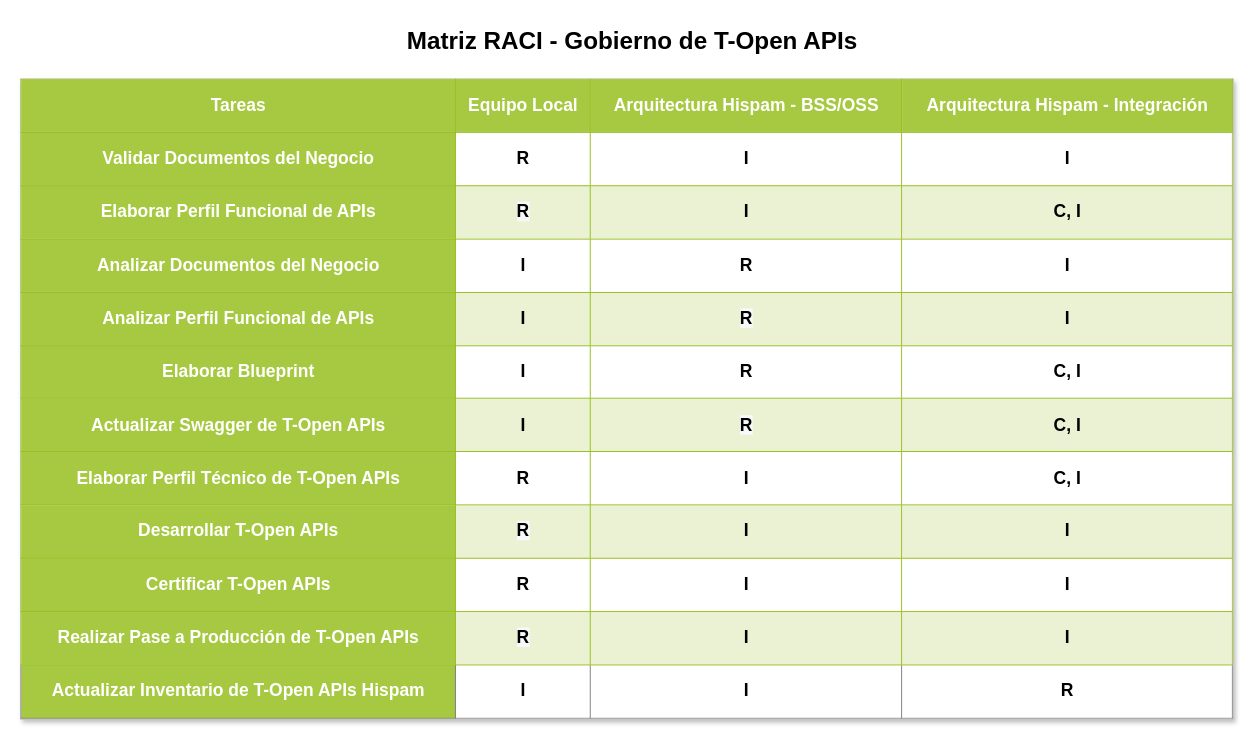
mnunezw/Gobierno-de-APIs keeps this draw.io diagram as page "Matriz RACI" (2 of 2) of Gobierno de T-Open APIs v1.0.drawio. Above is the earlier version. Source tidied: cells renumbered, new cells numbered last; positions are measured from the earlier drawing's top-left corner, leaving out a move shared by most shapes. Both pictures are drawn from the tidied source at 97%, with x=0, y=0 at pixel (20, 20).
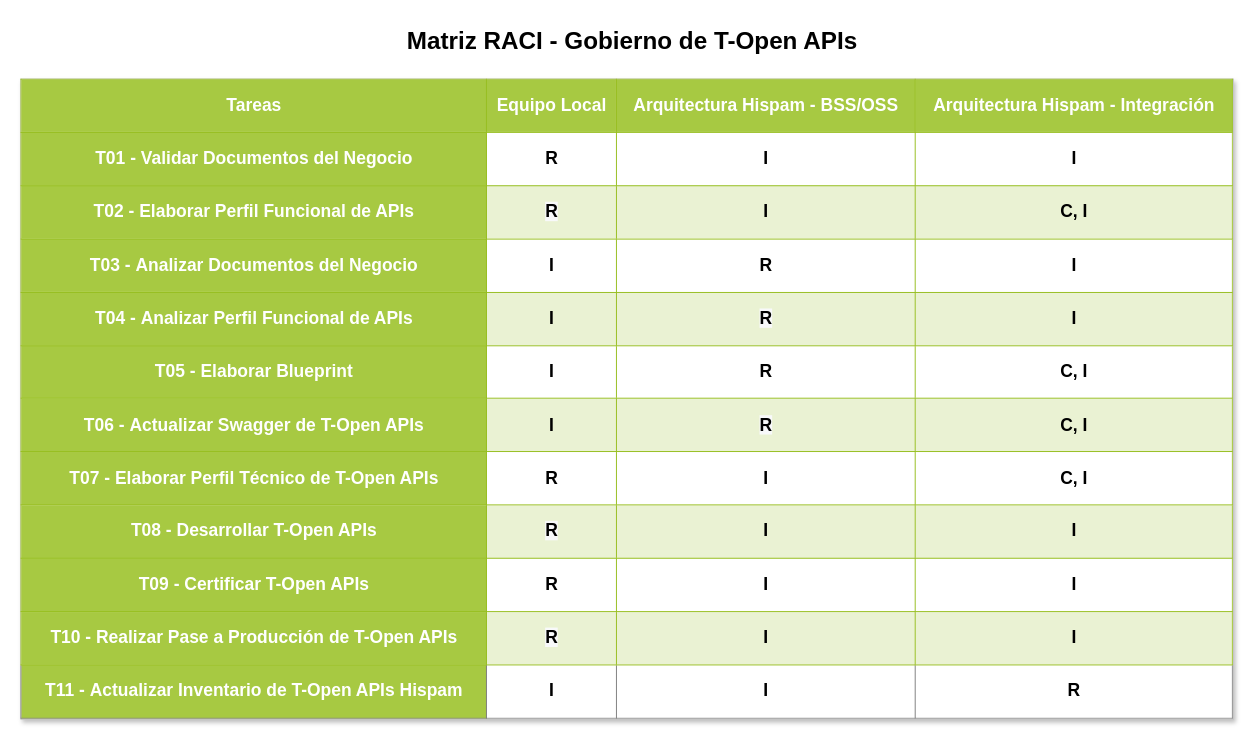
Above is the later version.

Diff of the diagram source:
```diff
@@
 <mxGraphModel>
   <root>
     <mxCell id="0" />
     <mxCell id="1" parent="0" />
-    <mxCell id="2" value="&lt;table border=&quot;1&quot; width=&quot;100%&quot; cellpadding=&quot;4&quot; style=&quot;width: 100% ; height: 100% ; border-collapse: collapse ; font-size: 18px&quot;&gt;&lt;tbody style=&quot;font-size: 18px&quot;&gt;&lt;tr style=&quot;background-color: rgb(167 , 201 , 66) ; color: rgb(255 , 255 , 255) ; border: 1px solid rgb(152 , 191 , 33) ; font-size: 18px&quot;&gt;&lt;th style=&quot;font-size: 18px&quot;&gt;Tareas&lt;/th&gt;&lt;th style=&quot;font-size: 18px&quot;&gt;Equipo Local&lt;/th&gt;&lt;th&gt;Arquitectura Hispam - BSS/OSS&lt;/th&gt;&lt;th&gt;Arquitectura Hispam - Integración&lt;/th&gt;&lt;/tr&gt;&lt;tr style=&quot;border: 1px solid rgb(152 , 191 , 33) ; font-size: 18px&quot;&gt;&lt;td style=&quot;background-color: rgb(167 , 201 , 66) ; border: 1px solid rgb(152 , 191 , 33)&quot;&gt;&lt;font color=&quot;#ffffff&quot;&gt;&lt;b&gt;Validar Documentos del Negocio&lt;/b&gt;&lt;/font&gt;&lt;/td&gt;&lt;td style=&quot;font-size: 18px&quot;&gt;&lt;b&gt;R&lt;/b&gt;&lt;/td&gt;&lt;td style=&quot;font-size: 18px&quot;&gt;&lt;b&gt;I&lt;/b&gt;&lt;/td&gt;&lt;td style=&quot;font-size: 18px&quot;&gt;&lt;b&gt;I&lt;/b&gt;&lt;/td&gt;&lt;/tr&gt;&lt;tr style=&quot;background-color: rgb(234 , 242 , 211) ; border: 1px solid rgb(152 , 191 , 33) ; font-size: 18px&quot;&gt;&lt;td style=&quot;background-color: rgb(167 , 201 , 66) ; border: 1px solid rgb(152 , 191 , 33)&quot;&gt;&lt;b&gt;&lt;font color=&quot;#ffffff&quot;&gt;Elaborar Perfil Funcional de APIs&lt;/font&gt;&lt;br&gt;&lt;/b&gt;&lt;/td&gt;&lt;td style=&quot;font-size: 18px&quot;&gt;&lt;span style=&quot;background-color: rgb(248 , 249 , 250)&quot;&gt;&lt;b&gt;R&lt;/b&gt;&lt;/span&gt;&lt;/td&gt;&lt;td style=&quot;font-size: 18px&quot;&gt;&lt;b&gt;I&lt;/b&gt;&lt;/td&gt;&lt;td style=&quot;font-size: 18px&quot;&gt;&lt;b&gt;C, I&lt;/b&gt;&lt;/td&gt;&lt;/tr&gt;&lt;tr style=&quot;border: 1px solid rgb(152 , 191 , 33) ; font-size: 18px&quot;&gt;&lt;td style=&quot;background-color: rgb(167 , 201 , 66) ; border: 1px solid rgb(152 , 191 , 33)&quot;&gt;&lt;b&gt;&lt;font color=&quot;#ffffff&quot;&gt;Analizar Documentos del Negocio&lt;/font&gt;&lt;br&gt;&lt;/b&gt;&lt;/td&gt;&lt;td style=&quot;font-size: 18px&quot;&gt;&lt;b&gt;I&lt;/b&gt;&lt;/td&gt;&lt;td style=&quot;font-size: 18px&quot;&gt;&lt;b&gt;R&lt;/b&gt;&lt;/td&gt;&lt;td style=&quot;font-size: 18px&quot;&gt;&lt;b&gt;I&lt;/b&gt;&lt;/td&gt;&lt;/tr&gt;&lt;tr style=&quot;background-color: rgb(234 , 242 , 211) ; border: 1px solid rgb(152 , 191 , 33) ; font-size: 18px&quot;&gt;&lt;td style=&quot;background-color: rgb(167 , 201 , 66) ; border: 1px solid rgb(152 , 191 , 33)&quot;&gt;&lt;b&gt;&lt;font color=&quot;#ffffff&quot;&gt;Analizar Perfil Funcional de APIs&lt;/font&gt;&lt;br&gt;&lt;/b&gt;&lt;/td&gt;&lt;td style=&quot;font-size: 18px&quot;&gt;&lt;b&gt;I&lt;/b&gt;&lt;/td&gt;&lt;td style=&quot;font-size: 18px&quot;&gt;&lt;span style=&quot;background-color: rgb(248 , 249 , 250)&quot;&gt;&lt;b&gt;R&lt;/b&gt;&lt;/span&gt;&lt;/td&gt;&lt;td style=&quot;font-size: 18px&quot;&gt;&lt;b&gt;I&lt;/b&gt;&lt;/td&gt;&lt;/tr&gt;&lt;tr style=&quot;border: 1px solid rgb(152 , 191 , 33) ; font-size: 18px&quot;&gt;&lt;td style=&quot;background-color: rgb(167 , 201 , 66) ; border: 1px solid rgb(152 , 191 , 33)&quot;&gt;&lt;font color=&quot;#ffffff&quot;&gt;&lt;b&gt;Elaborar Blueprint&lt;/b&gt;&lt;/font&gt;&lt;/td&gt;&lt;td style=&quot;font-size: 18px&quot;&gt;&lt;b&gt;I&lt;/b&gt;&lt;/td&gt;&lt;td style=&quot;font-size: 18px&quot;&gt;&lt;b&gt;R&lt;br style=&quot;font-size: 18px&quot;&gt;&lt;/b&gt;&lt;/td&gt;&lt;td style=&quot;font-size: 18px&quot;&gt;&lt;b&gt;C, I&lt;/b&gt;&lt;/td&gt;&lt;/tr&gt;&lt;tr style=&quot;background-color: rgb(234 , 242 , 211) ; border: 1px solid rgb(152 , 191 , 33) ; font-size: 18px&quot;&gt;&lt;td style=&quot;background-color: rgb(167 , 201 , 66) ; border: 1px solid rgb(152 , 191 , 33)&quot;&gt;&lt;font color=&quot;#ffffff&quot;&gt;&lt;b&gt;Actualizar Swagger de T-Open APIs&lt;/b&gt;&lt;/font&gt;&lt;/td&gt;&lt;td style=&quot;font-size: 18px&quot;&gt;&lt;b&gt;I&lt;/b&gt;&lt;/td&gt;&lt;td style=&quot;font-size: 18px&quot;&gt;&lt;b&gt;&lt;span style=&quot;background-color: rgb(248 , 249 , 250)&quot;&gt;R&lt;/span&gt;&lt;br style=&quot;font-size: 18px&quot;&gt;&lt;/b&gt;&lt;/td&gt;&lt;td style=&quot;font-size: 18px&quot;&gt;&lt;b&gt;C, I&lt;/b&gt;&lt;/td&gt;&lt;/tr&gt;&lt;tr style=&quot;border: 1px solid rgb(152 , 191 , 33) ; font-size: 18px&quot;&gt;&lt;td style=&quot;background-color: rgb(167 , 201 , 66) ; border: 1px solid rgb(152 , 191 , 33)&quot;&gt;&lt;font color=&quot;#ffffff&quot;&gt;&lt;b&gt;Elaborar Perfil Técnico de T-Open APIs&lt;/b&gt;&lt;/font&gt;&lt;/td&gt;&lt;td style=&quot;font-size: 18px&quot;&gt;&lt;b&gt;R&lt;br style=&quot;font-size: 18px&quot;&gt;&lt;/b&gt;&lt;/td&gt;&lt;td style=&quot;font-size: 18px&quot;&gt;&lt;b&gt;I&lt;/b&gt;&lt;/td&gt;&lt;td style=&quot;font-size: 18px&quot;&gt;&lt;b&gt;C, I&lt;/b&gt;&lt;/td&gt;&lt;/tr&gt;&lt;tr style=&quot;background-color: rgb(234 , 242 , 211) ; border: 1px solid rgb(152 , 191 , 33) ; font-size: 18px&quot;&gt;&lt;td style=&quot;background-color: rgb(167 , 201 , 66) ; border: 1px solid rgb(152 , 191 , 33)&quot;&gt;&lt;font color=&quot;#ffffff&quot;&gt;&lt;b&gt;Desarrollar T-Open APIs&lt;/b&gt;&lt;/font&gt;&lt;/td&gt;&lt;td style=&quot;font-size: 18px&quot;&gt;&lt;b&gt;&lt;span style=&quot;background-color: rgb(248 , 249 , 250)&quot;&gt;R&lt;/span&gt;&lt;br style=&quot;font-size: 18px&quot;&gt;&lt;/b&gt;&lt;/td&gt;&lt;td style=&quot;font-size: 18px&quot;&gt;&lt;b&gt;I&lt;/b&gt;&lt;/td&gt;&lt;td style=&quot;font-size: 18px&quot;&gt;&lt;b&gt;I&lt;/b&gt;&lt;/td&gt;&lt;/tr&gt;&lt;tr style=&quot;border: 1px solid rgb(152 , 191 , 33) ; font-size: 18px&quot;&gt;&lt;td style=&quot;background-color: rgb(167 , 201 , 66) ; border: 1px solid rgb(152 , 191 , 33)&quot;&gt;&lt;font color=&quot;#ffffff&quot;&gt;&lt;b&gt;Certificar T-Open APIs&lt;/b&gt;&lt;/font&gt;&lt;/td&gt;&lt;td style=&quot;font-size: 18px&quot;&gt;&lt;b&gt;R&lt;br style=&quot;font-size: 18px&quot;&gt;&lt;/b&gt;&lt;/td&gt;&lt;td style=&quot;font-size: 18px&quot;&gt;&lt;b&gt;I&lt;/b&gt;&lt;/td&gt;&lt;td style=&quot;font-size: 18px&quot;&gt;&lt;b&gt;I&lt;/b&gt;&lt;/td&gt;&lt;/tr&gt;&lt;tr style=&quot;background-color: rgb(234 , 242 , 211) ; border: 1px solid rgb(152 , 191 , 33) ; font-size: 18px&quot;&gt;&lt;td style=&quot;background-color: rgb(167 , 201 , 66) ; border: 1px solid rgb(152 , 191 , 33)&quot;&gt;&lt;font color=&quot;#ffffff&quot;&gt;&lt;b&gt;Realizar Pase a Producción de T-Open APIs&lt;/b&gt;&lt;/font&gt;&lt;/td&gt;&lt;td style=&quot;font-size: 18px&quot;&gt;&lt;b&gt;&lt;span style=&quot;background-color: rgb(248 , 249 , 250)&quot;&gt;R&lt;/span&gt;&lt;br style=&quot;font-size: 18px&quot;&gt;&lt;/b&gt;&lt;/td&gt;&lt;td style=&quot;font-size: 18px&quot;&gt;&lt;b&gt;I&lt;/b&gt;&lt;/td&gt;&lt;td style=&quot;font-size: 18px&quot;&gt;&lt;b&gt;I&lt;/b&gt;&lt;/td&gt;&lt;/tr&gt;&lt;tr&gt;&lt;td style=&quot;background-color: rgb(167 , 201 , 66)&quot;&gt;&lt;font color=&quot;#ffffff&quot;&gt;&lt;b&gt;Actualizar Inventario de T-Open APIs Hispam&lt;/b&gt;&lt;/font&gt;&lt;/td&gt;&lt;td&gt;&lt;b&gt;I&lt;/b&gt;&lt;/td&gt;&lt;td&gt;&lt;b&gt;I&lt;/b&gt;&lt;/td&gt;&lt;td&gt;&lt;b&gt;R&lt;/b&gt;&lt;br&gt;&lt;/td&gt;&lt;/tr&gt;&lt;/tbody&gt;&lt;/table&gt;" style="text;html=1;strokeColor=#c0c0c0;fillColor=#ffffff;overflow=fill;rounded=0;shadow=1;fontSize=18;fontColor=#000000;align=center;" parent="1" vertex="1">
+    <mxCell id="2" value="&lt;table border=&quot;1&quot; width=&quot;100%&quot; cellpadding=&quot;4&quot; style=&quot;width: 100% ; height: 100% ; border-collapse: collapse ; font-size: 18px&quot;&gt;&lt;tbody style=&quot;font-size: 18px&quot;&gt;&lt;tr style=&quot;background-color: rgb(167 , 201 , 66) ; color: rgb(255 , 255 , 255) ; border: 1px solid rgb(152 , 191 , 33) ; font-size: 18px&quot;&gt;&lt;th style=&quot;font-size: 18px&quot;&gt;Tareas&lt;/th&gt;&lt;th style=&quot;font-size: 18px&quot;&gt;Equipo Local&lt;/th&gt;&lt;th&gt;Arquitectura Hispam - BSS/OSS&lt;/th&gt;&lt;th&gt;Arquitectura Hispam - Integración&lt;/th&gt;&lt;/tr&gt;&lt;tr style=&quot;border: 1px solid rgb(152 , 191 , 33) ; font-size: 18px&quot;&gt;&lt;td style=&quot;background-color: rgb(167 , 201 , 66) ; border: 1px solid rgb(152 , 191 , 33)&quot;&gt;&lt;font color=&quot;#ffffff&quot;&gt;&lt;b&gt;T01 - Validar Documentos del Negocio&lt;/b&gt;&lt;/font&gt;&lt;/td&gt;&lt;td style=&quot;font-size: 18px&quot;&gt;&lt;b&gt;R&lt;/b&gt;&lt;/td&gt;&lt;td style=&quot;font-size: 18px&quot;&gt;&lt;b&gt;I&lt;/b&gt;&lt;/td&gt;&lt;td style=&quot;font-size: 18px&quot;&gt;&lt;b&gt;I&lt;/b&gt;&lt;/td&gt;&lt;/tr&gt;&lt;tr style=&quot;background-color: rgb(234 , 242 , 211) ; border: 1px solid rgb(152 , 191 , 33) ; font-size: 18px&quot;&gt;&lt;td style=&quot;background-color: rgb(167 , 201 , 66) ; border: 1px solid rgb(152 , 191 , 33)&quot;&gt;&lt;b style=&quot;color: rgb(255 , 255 , 255)&quot;&gt;T02 -&amp;nbsp;&lt;/b&gt;&lt;b&gt;&lt;font color=&quot;#ffffff&quot;&gt;Elaborar Perfil Funcional de APIs&lt;/font&gt;&lt;br&gt;&lt;/b&gt;&lt;/td&gt;&lt;td style=&quot;font-size: 18px&quot;&gt;&lt;span style=&quot;background-color: rgb(248 , 249 , 250)&quot;&gt;&lt;b&gt;R&lt;/b&gt;&lt;/span&gt;&lt;/td&gt;&lt;td style=&quot;font-size: 18px&quot;&gt;&lt;b&gt;I&lt;/b&gt;&lt;/td&gt;&lt;td style=&quot;font-size: 18px&quot;&gt;&lt;b&gt;C, I&lt;/b&gt;&lt;/td&gt;&lt;/tr&gt;&lt;tr style=&quot;border: 1px solid rgb(152 , 191 , 33) ; font-size: 18px&quot;&gt;&lt;td style=&quot;background-color: rgb(167 , 201 , 66) ; border: 1px solid rgb(152 , 191 , 33)&quot;&gt;&lt;b style=&quot;color: rgb(255 , 255 , 255)&quot;&gt;T03 -&amp;nbsp;&lt;/b&gt;&lt;b&gt;&lt;font color=&quot;#ffffff&quot;&gt;Analizar Documentos del Negocio&lt;/font&gt;&lt;br&gt;&lt;/b&gt;&lt;/td&gt;&lt;td style=&quot;font-size: 18px&quot;&gt;&lt;b&gt;I&lt;/b&gt;&lt;/td&gt;&lt;td style=&quot;font-size: 18px&quot;&gt;&lt;b&gt;R&lt;/b&gt;&lt;/td&gt;&lt;td style=&quot;font-size: 18px&quot;&gt;&lt;b&gt;I&lt;/b&gt;&lt;/td&gt;&lt;/tr&gt;&lt;tr style=&quot;background-color: rgb(234 , 242 , 211) ; border: 1px solid rgb(152 , 191 , 33) ; font-size: 18px&quot;&gt;&lt;td style=&quot;background-color: rgb(167 , 201 , 66) ; border: 1px solid rgb(152 , 191 , 33)&quot;&gt;&lt;b style=&quot;color: rgb(255 , 255 , 255)&quot;&gt;T04 -&amp;nbsp;&lt;/b&gt;&lt;b&gt;&lt;font color=&quot;#ffffff&quot;&gt;Analizar Perfil Funcional de APIs&lt;/font&gt;&lt;br&gt;&lt;/b&gt;&lt;/td&gt;&lt;td style=&quot;font-size: 18px&quot;&gt;&lt;b&gt;I&lt;/b&gt;&lt;/td&gt;&lt;td style=&quot;font-size: 18px&quot;&gt;&lt;span style=&quot;background-color: rgb(248 , 249 , 250)&quot;&gt;&lt;b&gt;R&lt;/b&gt;&lt;/span&gt;&lt;/td&gt;&lt;td style=&quot;font-size: 18px&quot;&gt;&lt;b&gt;I&lt;/b&gt;&lt;/td&gt;&lt;/tr&gt;&lt;tr style=&quot;border: 1px solid rgb(152 , 191 , 33) ; font-size: 18px&quot;&gt;&lt;td style=&quot;background-color: rgb(167 , 201 , 66) ; border: 1px solid rgb(152 , 191 , 33)&quot;&gt;&lt;b style=&quot;color: rgb(255 , 255 , 255)&quot;&gt;T05 -&amp;nbsp;&lt;/b&gt;&lt;font color=&quot;#ffffff&quot;&gt;&lt;b&gt;Elaborar Blueprint&lt;/b&gt;&lt;/font&gt;&lt;/td&gt;&lt;td style=&quot;font-size: 18px&quot;&gt;&lt;b&gt;I&lt;/b&gt;&lt;/td&gt;&lt;td style=&quot;font-size: 18px&quot;&gt;&lt;b&gt;R&lt;br style=&quot;font-size: 18px&quot;&gt;&lt;/b&gt;&lt;/td&gt;&lt;td style=&quot;font-size: 18px&quot;&gt;&lt;b&gt;C, I&lt;/b&gt;&lt;/td&gt;&lt;/tr&gt;&lt;tr style=&quot;background-color: rgb(234 , 242 , 211) ; border: 1px solid rgb(152 , 191 , 33) ; font-size: 18px&quot;&gt;&lt;td style=&quot;background-color: rgb(167 , 201 , 66) ; border: 1px solid rgb(152 , 191 , 33)&quot;&gt;&lt;b style=&quot;color: rgb(255 , 255 , 255)&quot;&gt;T06 -&amp;nbsp;&lt;/b&gt;&lt;font color=&quot;#ffffff&quot;&gt;&lt;b&gt;Actualizar Swagger de T-Open APIs&lt;/b&gt;&lt;/font&gt;&lt;/td&gt;&lt;td style=&quot;font-size: 18px&quot;&gt;&lt;b&gt;I&lt;/b&gt;&lt;/td&gt;&lt;td style=&quot;font-size: 18px&quot;&gt;&lt;b&gt;&lt;span style=&quot;background-color: rgb(248 , 249 , 250)&quot;&gt;R&lt;/span&gt;&lt;br style=&quot;font-size: 18px&quot;&gt;&lt;/b&gt;&lt;/td&gt;&lt;td style=&quot;font-size: 18px&quot;&gt;&lt;b&gt;C, I&lt;/b&gt;&lt;/td&gt;&lt;/tr&gt;&lt;tr style=&quot;border: 1px solid rgb(152 , 191 , 33) ; font-size: 18px&quot;&gt;&lt;td style=&quot;background-color: rgb(167 , 201 , 66) ; border: 1px solid rgb(152 , 191 , 33)&quot;&gt;&lt;b style=&quot;color: rgb(255 , 255 , 255)&quot;&gt;T07 -&amp;nbsp;&lt;/b&gt;&lt;font color=&quot;#ffffff&quot;&gt;&lt;b&gt;Elaborar Perfil Técnico de T-Open APIs&lt;/b&gt;&lt;/font&gt;&lt;/td&gt;&lt;td style=&quot;font-size: 18px&quot;&gt;&lt;b&gt;R&lt;br style=&quot;font-size: 18px&quot;&gt;&lt;/b&gt;&lt;/td&gt;&lt;td style=&quot;font-size: 18px&quot;&gt;&lt;b&gt;I&lt;/b&gt;&lt;/td&gt;&lt;td style=&quot;font-size: 18px&quot;&gt;&lt;b&gt;C, I&lt;/b&gt;&lt;/td&gt;&lt;/tr&gt;&lt;tr style=&quot;background-color: rgb(234 , 242 , 211) ; border: 1px solid rgb(152 , 191 , 33) ; font-size: 18px&quot;&gt;&lt;td style=&quot;background-color: rgb(167 , 201 , 66) ; border: 1px solid rgb(152 , 191 , 33)&quot;&gt;&lt;b style=&quot;color: rgb(255 , 255 , 255)&quot;&gt;T08 -&amp;nbsp;&lt;/b&gt;&lt;font color=&quot;#ffffff&quot;&gt;&lt;b&gt;Desarrollar T-Open APIs&lt;/b&gt;&lt;/font&gt;&lt;/td&gt;&lt;td style=&quot;font-size: 18px&quot;&gt;&lt;b&gt;&lt;span style=&quot;background-color: rgb(248 , 249 , 250)&quot;&gt;R&lt;/span&gt;&lt;br style=&quot;font-size: 18px&quot;&gt;&lt;/b&gt;&lt;/td&gt;&lt;td style=&quot;font-size: 18px&quot;&gt;&lt;b&gt;I&lt;/b&gt;&lt;/td&gt;&lt;td style=&quot;font-size: 18px&quot;&gt;&lt;b&gt;I&lt;/b&gt;&lt;/td&gt;&lt;/tr&gt;&lt;tr style=&quot;border: 1px solid rgb(152 , 191 , 33) ; font-size: 18px&quot;&gt;&lt;td style=&quot;background-color: rgb(167 , 201 , 66) ; border: 1px solid rgb(152 , 191 , 33)&quot;&gt;&lt;b style=&quot;color: rgb(255 , 255 , 255)&quot;&gt;T09 -&amp;nbsp;&lt;/b&gt;&lt;font color=&quot;#ffffff&quot;&gt;&lt;b&gt;Certificar T-Open APIs&lt;/b&gt;&lt;/font&gt;&lt;/td&gt;&lt;td style=&quot;font-size: 18px&quot;&gt;&lt;b&gt;R&lt;br style=&quot;font-size: 18px&quot;&gt;&lt;/b&gt;&lt;/td&gt;&lt;td style=&quot;font-size: 18px&quot;&gt;&lt;b&gt;I&lt;/b&gt;&lt;/td&gt;&lt;td style=&quot;font-size: 18px&quot;&gt;&lt;b&gt;I&lt;/b&gt;&lt;/td&gt;&lt;/tr&gt;&lt;tr style=&quot;background-color: rgb(234 , 242 , 211) ; border: 1px solid rgb(152 , 191 , 33) ; font-size: 18px&quot;&gt;&lt;td style=&quot;background-color: rgb(167 , 201 , 66) ; border: 1px solid rgb(152 , 191 , 33)&quot;&gt;&lt;b style=&quot;color: rgb(255 , 255 , 255)&quot;&gt;T10 -&amp;nbsp;&lt;/b&gt;&lt;font color=&quot;#ffffff&quot;&gt;&lt;b&gt;Realizar Pase a Producción de T-Open APIs&lt;/b&gt;&lt;/font&gt;&lt;/td&gt;&lt;td style=&quot;font-size: 18px&quot;&gt;&lt;b&gt;&lt;span style=&quot;background-color: rgb(248 , 249 , 250)&quot;&gt;R&lt;/span&gt;&lt;br style=&quot;font-size: 18px&quot;&gt;&lt;/b&gt;&lt;/td&gt;&lt;td style=&quot;font-size: 18px&quot;&gt;&lt;b&gt;I&lt;/b&gt;&lt;/td&gt;&lt;td style=&quot;font-size: 18px&quot;&gt;&lt;b&gt;I&lt;/b&gt;&lt;/td&gt;&lt;/tr&gt;&lt;tr&gt;&lt;td style=&quot;background-color: rgb(167 , 201 , 66)&quot;&gt;&lt;b style=&quot;color: rgb(255 , 255 , 255)&quot;&gt;T11 -&amp;nbsp;&lt;/b&gt;&lt;font color=&quot;#ffffff&quot;&gt;&lt;b&gt;Actualizar Inventario de T-Open APIs Hispam&lt;/b&gt;&lt;/font&gt;&lt;/td&gt;&lt;td&gt;&lt;b&gt;I&lt;/b&gt;&lt;/td&gt;&lt;td&gt;&lt;b&gt;I&lt;/b&gt;&lt;/td&gt;&lt;td&gt;&lt;b&gt;R&lt;/b&gt;&lt;br&gt;&lt;/td&gt;&lt;/tr&gt;&lt;/tbody&gt;&lt;/table&gt;" style="text;html=1;strokeColor=#c0c0c0;fillColor=#ffffff;overflow=fill;rounded=0;shadow=1;fontSize=18;fontColor=#000000;align=center;" parent="1" vertex="1">
       <mxGeometry y="60" width="1250" height="660" as="geometry" />
     </mxCell>
     <mxCell id="3" value="Matriz RACI - Gobierno de T-Open APIs" style="text;strokeColor=none;fillColor=none;html=1;fontSize=25;fontStyle=1;verticalAlign=middle;align=center;rounded=0;shadow=1;" parent="1" vertex="1">
       <mxGeometry x="400" width="460" height="40" as="geometry" />
     </mxCell>
   </root>
 </mxGraphModel>
```
